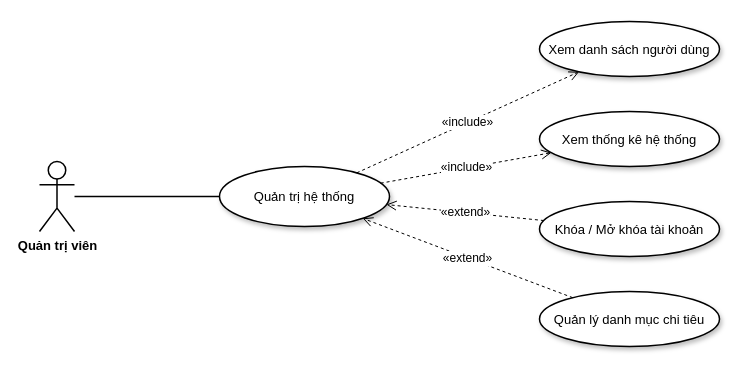
Earlier version of the draw.io diagram page "8. Quản trị hệ thống" (9 of 9) of quanlichitieu-backend/docs/diagrams/So_Do_Usecase_Chuan_Mau.drawio (al1103/quanlichitieu-1). Source tidied: cells renumbered, new cells numbered last; positions are measured from the earlier drawing's top-left corner, leaving out a move shared by most shapes. Both pictures are drawn from the tidied source at 100%, with x=0, y=0 at pixel (39, 21).
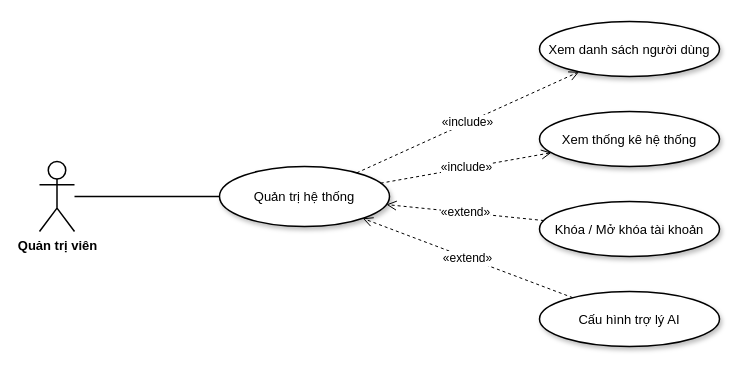
The same diagram, later.

Commit message (it also covers changes not shown here):
docs: fix redundant/missing items in subsystem Use Cases, Bảng 3.2/3.6, and clean diagram visuals (Hình 1.1, 2.2, 3.3, 3.4, 3.10, 3.17, 3.22)

The edit, as a diff of the source:
```diff
@@
 <mxGraphModel>
   <root>
     <mxCell id="0" />
     <mxCell id="1" parent="0" />
     <mxCell id="2" value="Quản trị viên" style="shape=umlActor;verticalLabelPosition=bottom;verticalAlign=top;html=1;outlineConnect=0;fillColor=#ffffff;strokeColor=#000000;strokeWidth=1.5;fontSize=13;fontStyle=1;" parent="1" vertex="1">
       <mxGeometry y="140" width="35" height="70" as="geometry" />
     </mxCell>
     <mxCell id="3" value="Quản trị hệ thống" style="ellipse;whiteSpace=wrap;html=1;shadow=1;fillColor=#ffffff;strokeColor=#000000;strokeWidth=1.5;fontSize=13;fontStyle=0;" parent="1" vertex="1">
       <mxGeometry x="180" y="145" width="170" height="60" as="geometry" />
     </mxCell>
     <mxCell id="4" style="endArrow=none;html=1;strokeColor=#000000;strokeWidth=1.5;" parent="1" edge="1" source="2" target="3">
       <mxGeometry relative="1" as="geometry" />
     </mxCell>
     <mxCell id="5" value="Xem danh sách người dùng" style="ellipse;whiteSpace=wrap;html=1;shadow=1;fillColor=#ffffff;strokeColor=#000000;strokeWidth=1.5;fontSize=13;fontStyle=0;" parent="1" vertex="1">
       <mxGeometry x="500" width="180" height="55" as="geometry" />
     </mxCell>
     <mxCell id="6" value="«include»" style="endArrow=open;endSize=8;endFill=0;dashed=1;html=1;strokeColor=#000000;fontSize=12;labelBackgroundColor=#ffffff;" parent="1" edge="1" source="3" target="5">
       <mxGeometry relative="1" as="geometry" />
     </mxCell>
     <mxCell id="7" value="Xem thống kê hệ thống" style="ellipse;whiteSpace=wrap;html=1;shadow=1;fillColor=#ffffff;strokeColor=#000000;strokeWidth=1.5;fontSize=13;fontStyle=0;" parent="1" vertex="1">
       <mxGeometry x="500" y="90" width="180" height="55" as="geometry" />
     </mxCell>
     <mxCell id="8" value="«include»" style="endArrow=open;endSize=8;endFill=0;dashed=1;html=1;strokeColor=#000000;fontSize=12;labelBackgroundColor=#ffffff;" parent="1" edge="1" source="3" target="7">
       <mxGeometry relative="1" as="geometry" />
     </mxCell>
     <mxCell id="9" value="Khóa / Mở khóa tài khoản" style="ellipse;whiteSpace=wrap;html=1;shadow=1;fillColor=#ffffff;strokeColor=#000000;strokeWidth=1.5;fontSize=13;fontStyle=0;" parent="1" vertex="1">
       <mxGeometry x="500" y="180" width="180" height="55" as="geometry" />
     </mxCell>
     <mxCell id="10" value="«extend»" style="endArrow=open;endSize=8;endFill=0;dashed=1;html=1;strokeColor=#000000;fontSize=12;labelBackgroundColor=#ffffff;" parent="1" edge="1" source="9" target="3">
       <mxGeometry relative="1" as="geometry" />
     </mxCell>
-    <mxCell id="11" value="Quản lý danh mục chi tiêu" style="ellipse;whiteSpace=wrap;html=1;shadow=1;fillColor=#ffffff;strokeColor=#000000;strokeWidth=1.5;fontSize=13;fontStyle=0;" parent="1" vertex="1">
+    <mxCell id="11" value="Cấu hình trợ lý AI" style="ellipse;whiteSpace=wrap;html=1;shadow=1;fillColor=#ffffff;strokeColor=#000000;strokeWidth=1.5;fontSize=13;fontStyle=0;" parent="1" vertex="1">
       <mxGeometry x="500" y="270" width="180" height="55" as="geometry" />
     </mxCell>
     <mxCell id="12" value="«extend»" style="endArrow=open;endSize=8;endFill=0;dashed=1;html=1;strokeColor=#000000;fontSize=12;labelBackgroundColor=#ffffff;" parent="1" edge="1" source="11" target="3">
       <mxGeometry relative="1" as="geometry" />
     </mxCell>
   </root>
 </mxGraphModel>
```
